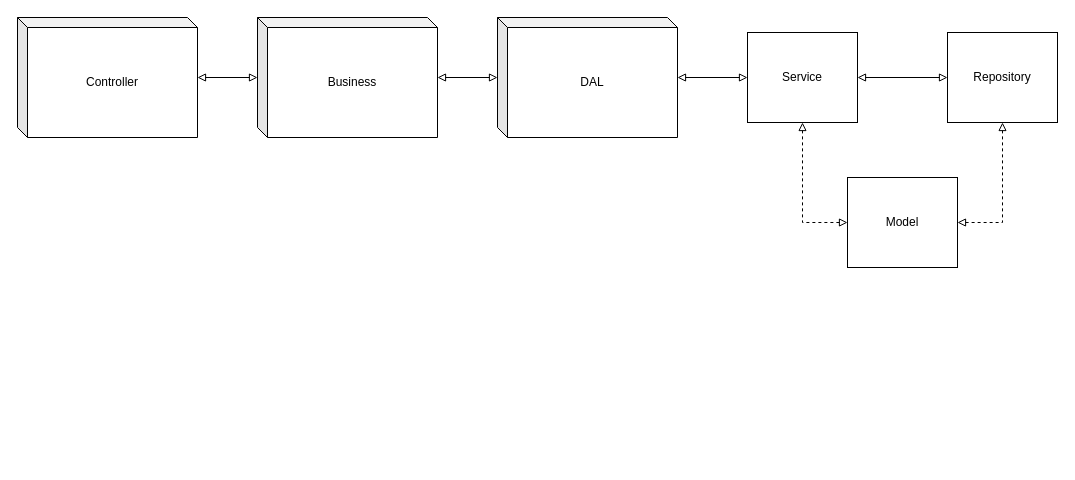
Earlier version of the draw.io diagram how_develop.drawio (donpandix/diagram). Source tidied: cells renumbered, new cells numbered last; positions are measured from the earlier drawing's top-left corner, leaving out a move shared by most shapes. Both pictures are drawn from the tidied source at 100%, with x=0, y=0 at pixel (17, 17).
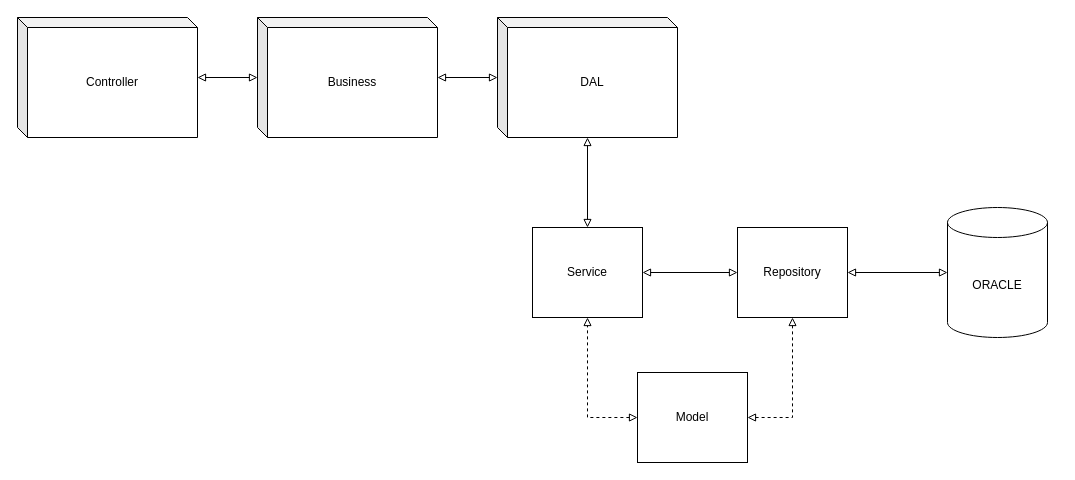
After the change.

Commit message:
Update Database Use

Change to the diagram source:
```diff
@@
 <mxGraphModel>
   <root>
     <mxCell id="0" />
     <mxCell id="1" parent="0" />
     <mxCell id="2" style="rounded=0;jettySize=auto;html=1;entryX=0;entryY=0.5;entryDx=0;entryDy=0;entryPerimeter=0;endArrow=block;endFill=0;startArrow=block;startFill=0;" parent="1" edge="1" source="3" target="5">
       <mxGeometry relative="1" as="geometry" />
     </mxCell>
     <mxCell id="3" value="Controller" style="shape=cube;whiteSpace=wrap;html=1;boundedLbl=1;backgroundOutline=1;darkOpacity=0.05;darkOpacity2=0.1;size=10;" parent="1" vertex="1">
       <mxGeometry width="180" height="120" as="geometry" />
     </mxCell>
     <mxCell id="4" style="rounded=0;jettySize=auto;html=1;startArrow=block;startFill=0;endArrow=block;endFill=0;entryX=0;entryY=0.5;entryDx=0;entryDy=0;entryPerimeter=0;" parent="1" edge="1" source="5" target="7">
       <mxGeometry relative="1" as="geometry" />
     </mxCell>
     <mxCell id="5" value="Business" style="shape=cube;whiteSpace=wrap;html=1;boundedLbl=1;backgroundOutline=1;darkOpacity=0.05;darkOpacity2=0.1;size=10;" parent="1" vertex="1">
       <mxGeometry x="240" width="180" height="120" as="geometry" />
     </mxCell>
-    <mxCell id="6" style="edgeStyle=orthogonalEdgeStyle;rounded=0;jettySize=auto;html=1;entryX=0;entryY=0.5;entryDx=0;entryDy=0;endArrow=block;endFill=0;startArrow=block;startFill=0;" parent="1" edge="1" source="7" target="9">
+    <mxCell id="6" style="edgeStyle=orthogonalEdgeStyle;rounded=0;jettySize=auto;html=1;entryX=0.5;entryY=0;entryDx=0;entryDy=0;endArrow=block;endFill=0;startArrow=block;startFill=0;" parent="1" edge="1" source="7" target="9">
       <mxGeometry relative="1" as="geometry" />
     </mxCell>
     <mxCell id="7" value="DAL" style="shape=cube;whiteSpace=wrap;html=1;boundedLbl=1;backgroundOutline=1;darkOpacity=0.05;darkOpacity2=0.1;size=10;" parent="1" vertex="1">
       <mxGeometry x="480" width="180" height="120" as="geometry" />
     </mxCell>
     <mxCell id="8" style="edgeStyle=orthogonalEdgeStyle;rounded=0;jettySize=auto;html=1;entryX=0;entryY=0.5;entryDx=0;entryDy=0;startArrow=block;startFill=0;endArrow=block;endFill=0;" parent="1" edge="1" source="9" target="13">
       <mxGeometry relative="1" as="geometry" />
     </mxCell>
     <mxCell id="9" value="Service" style="rounded=0;whiteSpace=wrap;html=1;" parent="1" vertex="1">
-      <mxGeometry x="730" y="15" width="110" height="90" as="geometry" />
+      <mxGeometry x="515" y="210" width="110" height="90" as="geometry" />
     </mxCell>
     <mxCell id="10" style="edgeStyle=none;rounded=0;jettySize=auto;html=1;entryX=0.5;entryY=1;entryDx=0;entryDy=0;dashed=1;startArrow=block;startFill=0;endArrow=block;endFill=0;" parent="1" edge="1" source="12" target="13">
       <mxGeometry relative="1" as="geometry">
         <Array as="points">
-          <mxPoint x="985" y="205" />
+          <mxPoint x="775" y="400" />
         </Array>
       </mxGeometry>
     </mxCell>
     <mxCell id="11" style="edgeStyle=none;rounded=0;jettySize=auto;html=1;entryX=0.5;entryY=1;entryDx=0;entryDy=0;dashed=1;startArrow=block;startFill=0;endArrow=block;endFill=0;" parent="1" edge="1" source="12" target="9">
       <mxGeometry relative="1" as="geometry">
         <Array as="points">
-          <mxPoint x="785" y="205" />
+          <mxPoint x="570" y="400" />
         </Array>
       </mxGeometry>
     </mxCell>
     <mxCell id="12" value="Model" style="rounded=0;whiteSpace=wrap;html=1;" parent="1" vertex="1">
-      <mxGeometry x="830" y="160" width="110" height="90" as="geometry" />
+      <mxGeometry x="620" y="355" width="110" height="90" as="geometry" />
     </mxCell>
+    <mxCell id="14" style="edgeStyle=none;rounded=0;jettySize=auto;html=1;entryX=0;entryY=0.5;entryDx=0;entryDy=0;entryPerimeter=0;startArrow=block;startFill=0;endArrow=block;endFill=0;" parent="1" edge="1" source="13" target="15">
+      <mxGeometry relative="1" as="geometry" />
+    </mxCell>
     <mxCell id="13" value="Repository" style="rounded=0;whiteSpace=wrap;html=1;" parent="1" vertex="1">
-      <mxGeometry x="930" y="15" width="110" height="90" as="geometry" />
+      <mxGeometry x="720" y="210" width="110" height="90" as="geometry" />
     </mxCell>
+    <mxCell id="15" value="ORACLE" style="shape=cylinder3;whiteSpace=wrap;html=1;boundedLbl=1;backgroundOutline=1;size=15;" parent="1" vertex="1">
+      <mxGeometry x="930" y="190" width="100" height="130" as="geometry" />
+    </mxCell>
   </root>
 </mxGraphModel>
```
